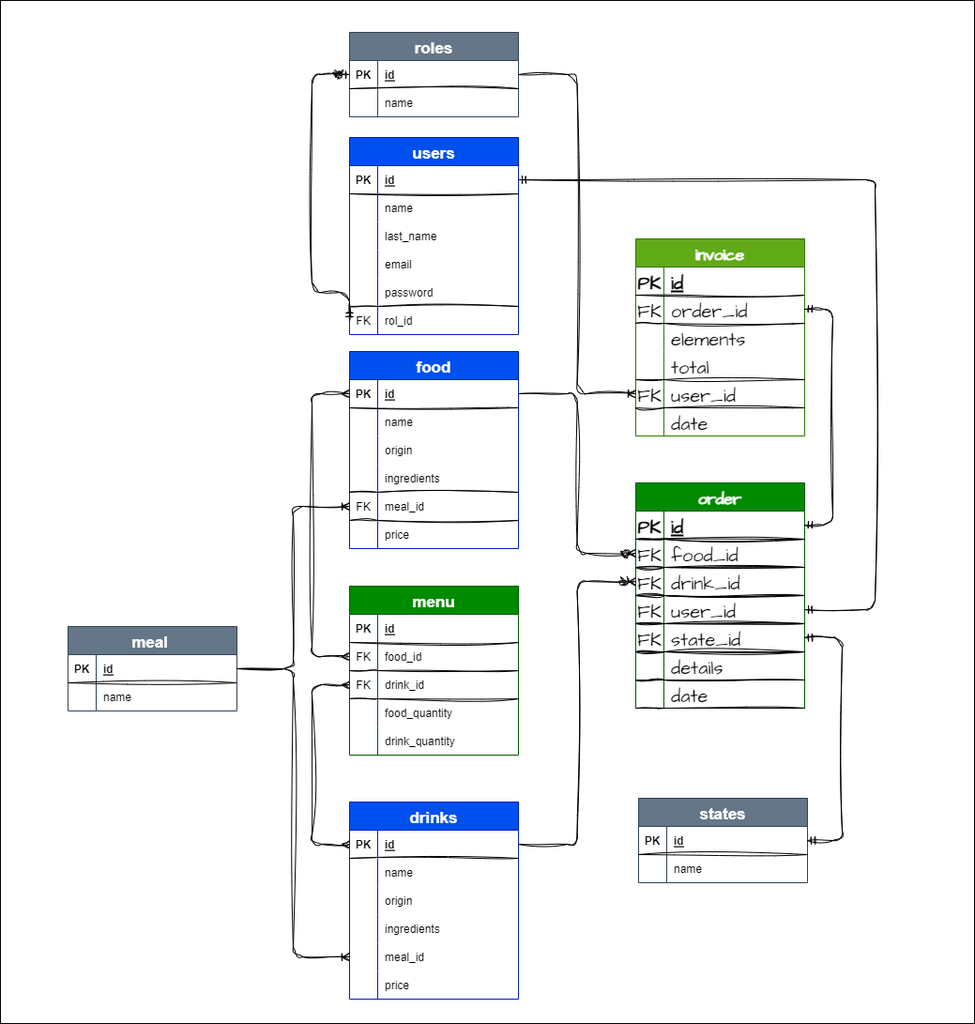
Above: relational_diagram.png in AndresKenji/CS50x_final_project (draw.io), before the change. Source tidied: cells renumbered, new cells last; positions are measured from the earlier drawing's top-left corner, leaving out a move shared by most shapes.
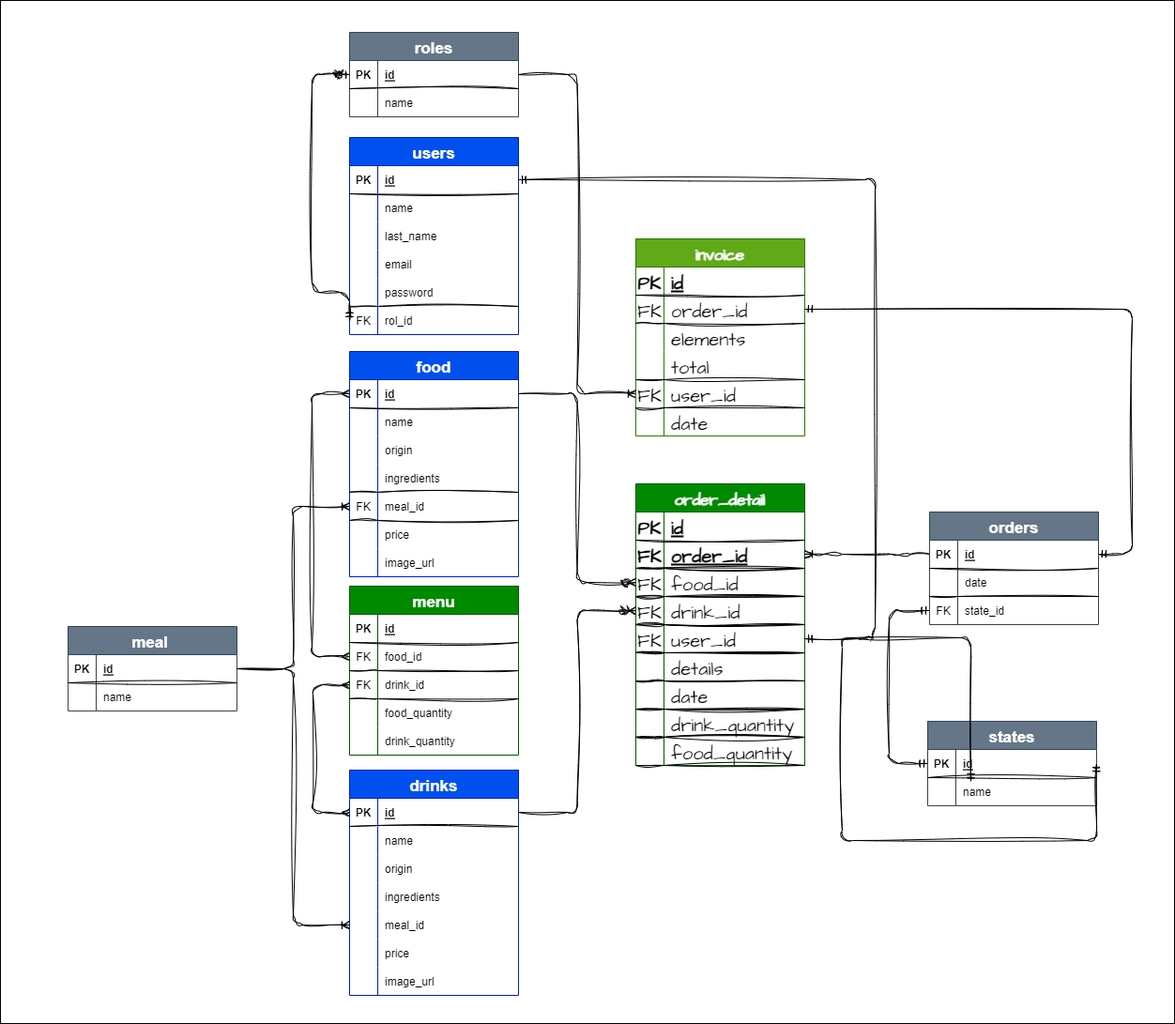
The same diagram one commit later.

Diff of the diagram source:
```diff
@@ -5,3 +5,3 @@
     <mxCell id="2" style="rounded=0;whiteSpace=wrap;html=1;hachureGap=4;fontFamily=Architects Daughter;fontSource=https%3A%2F%2Ffonts.googleapis.com%2Fcss%3Ffamily%3DArchitects%2BDaughter;fontSize=20;" parent="1" vertex="1">
-      <mxGeometry width="1038" height="1090" as="geometry" />
+      <mxGeometry width="1251" height="1090" as="geometry" />
     </mxCell>
@@ -86,3 +86,3 @@
     <mxCell id="29" value="food" style="shape=table;startSize=30;rowLines=0;fontStyle=1;align=center;fillColor=#0050ef;fontColor=#ffffff;strokeColor=#001DBC;fontSize=17;verticalAlign=middle;" parent="1" vertex="1">
-      <mxGeometry x="372" y="374" width="180" height="210" as="geometry" />
+      <mxGeometry x="372" y="374" width="180" height="240" as="geometry" />
     </mxCell>
@@ -142,2 +142,11 @@
     </mxCell>
+    <mxCell id="149" style="shape=tableRow;horizontal=0;startSize=0;swimlaneHead=0;swimlaneBody=0;fillColor=none;top=0;left=0;right=0;bottom=0;sketch=1;curveFitting=1;jiggle=2;" parent="29" vertex="1">
+      <mxGeometry y="210" width="180" height="30" as="geometry" />
+    </mxCell>
+    <mxCell id="150" style="shape=partialRectangle;fillColor=none;top=0;left=0;bottom=0;right=0;overflow=hidden;sketch=1;curveFitting=1;jiggle=2;" parent="149" vertex="1">
+      <mxGeometry width="30" height="30" as="geometry" />
+    </mxCell>
+    <mxCell id="151" value="image_url" style="shape=partialRectangle;fillColor=none;top=0;left=0;bottom=0;right=0;align=left;spacingLeft=6;overflow=hidden;sketch=1;curveFitting=1;jiggle=2;" parent="149" vertex="1">
+      <mxGeometry x="30" width="150" height="30" as="geometry" />
+    </mxCell>
     <mxCell id="48" value="menu" style="shape=table;startSize=30;rowLines=0;fontStyle=1;align=center;fillColor=#008a00;fontColor=#ffffff;strokeColor=#005700;fontSize=17;verticalAlign=middle;" parent="1" vertex="1">
@@ -191,3 +200,3 @@
     <mxCell id="64" value="drinks" style="shape=table;startSize=30;rowLines=0;fontStyle=1;align=center;fillColor=#0050ef;fontColor=#ffffff;strokeColor=#001DBC;fontSize=17;verticalAlign=middle;" parent="1" vertex="1">
-      <mxGeometry x="372" y="854" width="180" height="210" as="geometry" />
+      <mxGeometry x="372" y="820" width="180" height="240" as="geometry" />
     </mxCell>
@@ -247,2 +256,11 @@
     </mxCell>
+    <mxCell id="152" style="shape=tableRow;horizontal=0;startSize=0;swimlaneHead=0;swimlaneBody=0;fillColor=none;top=0;left=0;right=0;bottom=0;sketch=1;curveFitting=1;jiggle=2;" parent="64" vertex="1">
+      <mxGeometry y="210" width="180" height="30" as="geometry" />
+    </mxCell>
+    <mxCell id="153" style="shape=partialRectangle;fillColor=none;top=0;left=0;bottom=0;right=0;overflow=hidden;sketch=1;curveFitting=1;jiggle=2;" parent="152" vertex="1">
+      <mxGeometry width="30" height="30" as="geometry" />
+    </mxCell>
+    <mxCell id="154" value="image_url" style="shape=partialRectangle;fillColor=none;top=0;left=0;bottom=0;right=0;align=left;spacingLeft=6;overflow=hidden;sketch=1;curveFitting=1;jiggle=2;" parent="152" vertex="1">
+      <mxGeometry x="30" width="150" height="30" as="geometry" />
+    </mxCell>
     <mxCell id="83" style="edgeStyle=orthogonalEdgeStyle;fontSize=12;html=1;endArrow=ERzeroToOne;startArrow=ERmandOne;sketch=1;hachureGap=4;jiggle=2;curveFitting=1;fontFamily=Architects Daughter;fontSource=https%3A%2F%2Ffonts.googleapis.com%2Fcss%3Ffamily%3DArchitects%2BDaughter;entryX=0;entryY=0.5;entryDx=0;entryDy=0;exitX=0;exitY=0.5;exitDx=0;exitDy=0;" parent="1" edge="1" source="19" target="23">
@@ -258,4 +276,4 @@
         <Array as="points">
-          <mxPoint x="332" y="899" />
-          <mxPoint x="332" y="729" />
+          <mxPoint x="333" y="865" />
+          <mxPoint x="333" y="729" />
         </Array>
@@ -271,12 +289,21 @@
     </mxCell>
-    <mxCell id="86" value="order" style="shape=table;startSize=30;rowLines=0;fontStyle=1;align=center;hachureGap=4;fontFamily=Architects Daughter;fontSource=https%3A%2F%2Ffonts.googleapis.com%2Fcss%3Ffamily%3DArchitects%2BDaughter;fontSize=17;fillColor=#008a00;fontColor=#ffffff;strokeColor=#005700;verticalAlign=middle;" parent="1" vertex="1">
-      <mxGeometry x="677" y="514" width="180" height="240" as="geometry" />
+    <mxCell id="86" value="order_detail" style="shape=table;startSize=30;rowLines=0;fontStyle=1;align=center;hachureGap=4;fontFamily=Architects Daughter;fontSource=https%3A%2F%2Ffonts.googleapis.com%2Fcss%3Ffamily%3DArchitects%2BDaughter;fontSize=17;fillColor=#008a00;fontColor=#ffffff;strokeColor=#005700;verticalAlign=middle;" parent="1" vertex="1">
+      <mxGeometry x="677" y="515" width="180" height="300" as="geometry" />
     </mxCell>
+    <mxCell id="155" style="shape=tableRow;horizontal=0;startSize=0;swimlaneHead=0;swimlaneBody=0;fillColor=none;top=0;left=0;right=0;bottom=1;sketch=1;hachureGap=4;jiggle=2;curveFitting=1;fontFamily=Architects Daughter;fontSource=https%3A%2F%2Ffonts.googleapis.com%2Fcss%3Ffamily%3DArchitects%2BDaughter;fontSize=20;" parent="86" vertex="1">
+      <mxGeometry y="30" width="180" height="30" as="geometry" />
+    </mxCell>
+    <mxCell id="156" value="PK" style="shape=partialRectangle;fillColor=none;top=0;left=0;bottom=0;right=0;fontStyle=1;overflow=hidden;sketch=1;hachureGap=4;jiggle=2;curveFitting=1;fontFamily=Architects Daughter;fontSource=https%3A%2F%2Ffonts.googleapis.com%2Fcss%3Ffamily%3DArchitects%2BDaughter;fontSize=20;" parent="155" vertex="1">
+      <mxGeometry width="30" height="30" as="geometry" />
+    </mxCell>
+    <mxCell id="157" value="id" style="shape=partialRectangle;fillColor=none;top=0;left=0;bottom=0;right=0;align=left;spacingLeft=6;fontStyle=5;overflow=hidden;sketch=1;hachureGap=4;jiggle=2;curveFitting=1;fontFamily=Architects Daughter;fontSource=https%3A%2F%2Ffonts.googleapis.com%2Fcss%3Ffamily%3DArchitects%2BDaughter;fontSize=20;" parent="155" vertex="1">
+      <mxGeometry x="30" width="150" height="30" as="geometry" />
+    </mxCell>
     <mxCell id="87" style="shape=tableRow;horizontal=0;startSize=0;swimlaneHead=0;swimlaneBody=0;fillColor=none;points=[[0,0.5],[1,0.5]];portConstraint=eastwest;top=0;left=0;right=0;bottom=1;sketch=1;hachureGap=4;jiggle=2;curveFitting=1;fontFamily=Architects Daughter;fontSource=https%3A%2F%2Ffonts.googleapis.com%2Fcss%3Ffamily%3DArchitects%2BDaughter;fontSize=20;" parent="86" vertex="1">
-      <mxGeometry y="30" width="180" height="30" as="geometry" />
+      <mxGeometry y="60" width="180" height="30" as="geometry" />
     </mxCell>
-    <mxCell id="88" value="PK" style="shape=partialRectangle;fillColor=none;top=0;left=0;bottom=0;right=0;fontStyle=1;overflow=hidden;sketch=1;hachureGap=4;jiggle=2;curveFitting=1;fontFamily=Architects Daughter;fontSource=https%3A%2F%2Ffonts.googleapis.com%2Fcss%3Ffamily%3DArchitects%2BDaughter;fontSize=20;" parent="87" vertex="1">
+    <mxCell id="88" value="FK" style="shape=partialRectangle;fillColor=none;top=0;left=0;bottom=0;right=0;fontStyle=1;overflow=hidden;sketch=1;hachureGap=4;jiggle=2;curveFitting=1;fontFamily=Architects Daughter;fontSource=https%3A%2F%2Ffonts.googleapis.com%2Fcss%3Ffamily%3DArchitects%2BDaughter;fontSize=20;" parent="87" vertex="1">
       <mxGeometry width="30" height="30" as="geometry" />
     </mxCell>
-    <mxCell id="89" value="id" style="shape=partialRectangle;fillColor=none;top=0;left=0;bottom=0;right=0;align=left;spacingLeft=6;fontStyle=5;overflow=hidden;sketch=1;hachureGap=4;jiggle=2;curveFitting=1;fontFamily=Architects Daughter;fontSource=https%3A%2F%2Ffonts.googleapis.com%2Fcss%3Ffamily%3DArchitects%2BDaughter;fontSize=20;" parent="87" vertex="1">
+    <mxCell id="89" value="order_id" style="shape=partialRectangle;fillColor=none;top=0;left=0;bottom=0;right=0;align=left;spacingLeft=6;fontStyle=5;overflow=hidden;sketch=1;hachureGap=4;jiggle=2;curveFitting=1;fontFamily=Architects Daughter;fontSource=https%3A%2F%2Ffonts.googleapis.com%2Fcss%3Ffamily%3DArchitects%2BDaughter;fontSize=20;" parent="87" vertex="1">
       <mxGeometry x="30" width="150" height="30" as="geometry" />
@@ -284,3 +311,3 @@
     <mxCell id="90" style="shape=tableRow;horizontal=0;startSize=0;swimlaneHead=0;swimlaneBody=0;fillColor=none;points=[[0,0.5],[1,0.5]];portConstraint=eastwest;top=0;left=0;right=0;bottom=0;sketch=1;hachureGap=4;jiggle=2;curveFitting=1;fontFamily=Architects Daughter;fontSource=https%3A%2F%2Ffonts.googleapis.com%2Fcss%3Ffamily%3DArchitects%2BDaughter;fontSize=20;" parent="86" vertex="1">
-      <mxGeometry y="60" width="180" height="30" as="geometry" />
+      <mxGeometry y="90" width="180" height="30" as="geometry" />
     </mxCell>
@@ -293,3 +320,3 @@
     <mxCell id="93" style="shape=tableRow;horizontal=0;startSize=0;swimlaneHead=0;swimlaneBody=0;fillColor=none;points=[[0,0.5],[1,0.5]];portConstraint=eastwest;top=0;left=0;right=0;bottom=0;sketch=1;hachureGap=4;jiggle=2;curveFitting=1;fontFamily=Architects Daughter;fontSource=https%3A%2F%2Ffonts.googleapis.com%2Fcss%3Ffamily%3DArchitects%2BDaughter;fontSize=20;" parent="86" vertex="1">
-      <mxGeometry y="90" width="180" height="30" as="geometry" />
+      <mxGeometry y="120" width="180" height="30" as="geometry" />
     </mxCell>
@@ -302,3 +329,3 @@
     <mxCell id="96" style="shape=tableRow;horizontal=0;startSize=0;swimlaneHead=0;swimlaneBody=0;fillColor=none;points=[[0,0.5],[1,0.5]];portConstraint=eastwest;top=0;left=0;right=0;bottom=0;sketch=1;hachureGap=4;jiggle=2;curveFitting=1;fontFamily=Architects Daughter;fontSource=https%3A%2F%2Ffonts.googleapis.com%2Fcss%3Ffamily%3DArchitects%2BDaughter;fontSize=20;" parent="86" vertex="1">
-      <mxGeometry y="120" width="180" height="30" as="geometry" />
+      <mxGeometry y="150" width="180" height="30" as="geometry" />
     </mxCell>
@@ -310,11 +337,2 @@
     </mxCell>
-    <mxCell id="99" style="shape=tableRow;horizontal=0;startSize=0;swimlaneHead=0;swimlaneBody=0;fillColor=none;points=[[0,0.5],[1,0.5]];portConstraint=eastwest;top=0;left=0;right=0;bottom=0;sketch=1;hachureGap=4;jiggle=2;curveFitting=1;fontFamily=Architects Daughter;fontSource=https%3A%2F%2Ffonts.googleapis.com%2Fcss%3Ffamily%3DArchitects%2BDaughter;fontSize=20;" parent="86" vertex="1">
-      <mxGeometry y="150" width="180" height="30" as="geometry" />
-    </mxCell>
-    <mxCell id="100" value="FK" style="shape=partialRectangle;fillColor=none;top=1;left=0;bottom=1;right=0;overflow=hidden;sketch=1;hachureGap=4;jiggle=2;curveFitting=1;fontFamily=Architects Daughter;fontSource=https%3A%2F%2Ffonts.googleapis.com%2Fcss%3Ffamily%3DArchitects%2BDaughter;fontSize=20;" parent="99" vertex="1">
-      <mxGeometry width="30" height="30" as="geometry" />
-    </mxCell>
-    <mxCell id="101" value="state_id" style="shape=partialRectangle;fillColor=none;top=1;left=0;bottom=1;right=0;align=left;spacingLeft=6;overflow=hidden;sketch=1;hachureGap=4;jiggle=2;curveFitting=1;fontFamily=Architects Daughter;fontSource=https%3A%2F%2Ffonts.googleapis.com%2Fcss%3Ffamily%3DArchitects%2BDaughter;fontSize=20;" parent="99" vertex="1">
-      <mxGeometry x="30" width="150" height="30" as="geometry" />
-    </mxCell>
     <mxCell id="102" style="shape=tableRow;horizontal=0;startSize=0;swimlaneHead=0;swimlaneBody=0;fillColor=none;top=0;left=0;right=0;bottom=0;sketch=1;hachureGap=4;jiggle=2;curveFitting=1;fontFamily=Architects Daughter;fontSource=https%3A%2F%2Ffonts.googleapis.com%2Fcss%3Ffamily%3DArchitects%2BDaughter;fontSize=20;" parent="86" vertex="1">
@@ -337,2 +355,20 @@
     </mxCell>
+    <mxCell id="158" style="shape=tableRow;horizontal=0;startSize=0;swimlaneHead=0;swimlaneBody=0;fillColor=none;top=0;left=0;right=0;bottom=0;sketch=1;hachureGap=4;jiggle=2;curveFitting=1;fontFamily=Architects Daughter;fontSource=https%3A%2F%2Ffonts.googleapis.com%2Fcss%3Ffamily%3DArchitects%2BDaughter;fontSize=20;" parent="86" vertex="1">
+      <mxGeometry y="240" width="180" height="30" as="geometry" />
+    </mxCell>
+    <mxCell id="159" style="shape=partialRectangle;fillColor=none;top=1;left=0;bottom=1;right=0;overflow=hidden;sketch=1;hachureGap=4;jiggle=2;curveFitting=1;fontFamily=Architects Daughter;fontSource=https%3A%2F%2Ffonts.googleapis.com%2Fcss%3Ffamily%3DArchitects%2BDaughter;fontSize=20;" parent="158" vertex="1">
+      <mxGeometry width="30" height="30" as="geometry" />
+    </mxCell>
+    <mxCell id="160" value="drink_quantity" style="shape=partialRectangle;fillColor=none;top=1;left=0;bottom=1;right=0;align=left;spacingLeft=6;overflow=hidden;sketch=1;hachureGap=4;jiggle=2;curveFitting=1;fontFamily=Architects Daughter;fontSource=https%3A%2F%2Ffonts.googleapis.com%2Fcss%3Ffamily%3DArchitects%2BDaughter;fontSize=20;" parent="158" vertex="1">
+      <mxGeometry x="30" width="150" height="30" as="geometry" />
+    </mxCell>
+    <mxCell id="161" style="shape=tableRow;horizontal=0;startSize=0;swimlaneHead=0;swimlaneBody=0;fillColor=none;top=0;left=0;right=0;bottom=0;sketch=1;hachureGap=4;jiggle=2;curveFitting=1;fontFamily=Architects Daughter;fontSource=https%3A%2F%2Ffonts.googleapis.com%2Fcss%3Ffamily%3DArchitects%2BDaughter;fontSize=20;" parent="86" vertex="1">
+      <mxGeometry y="270" width="180" height="30" as="geometry" />
+    </mxCell>
+    <mxCell id="162" style="shape=partialRectangle;fillColor=none;top=1;left=0;bottom=1;right=0;overflow=hidden;sketch=1;hachureGap=4;jiggle=2;curveFitting=1;fontFamily=Architects Daughter;fontSource=https%3A%2F%2Ffonts.googleapis.com%2Fcss%3Ffamily%3DArchitects%2BDaughter;fontSize=20;" parent="161" vertex="1">
+      <mxGeometry width="30" height="30" as="geometry" />
+    </mxCell>
+    <mxCell id="163" value="food_quantity" style="shape=partialRectangle;fillColor=none;top=1;left=0;bottom=1;right=0;align=left;spacingLeft=6;overflow=hidden;sketch=1;hachureGap=4;jiggle=2;curveFitting=1;fontFamily=Architects Daughter;fontSource=https%3A%2F%2Ffonts.googleapis.com%2Fcss%3Ffamily%3DArchitects%2BDaughter;fontSize=20;" parent="161" vertex="1">
+      <mxGeometry x="30" width="150" height="30" as="geometry" />
+    </mxCell>
     <mxCell id="108" style="edgeStyle=orthogonalEdgeStyle;fontSize=12;html=1;endArrow=ERmandOne;startArrow=ERmandOne;sketch=1;hachureGap=4;jiggle=2;curveFitting=1;fontFamily=Architects Daughter;fontSource=https%3A%2F%2Ffonts.googleapis.com%2Fcss%3Ffamily%3DArchitects%2BDaughter;entryX=1;entryY=0.5;entryDx=0;entryDy=0;exitX=1;exitY=0.5;exitDx=0;exitDy=0;" parent="1" edge="1" source="96" target="4">
@@ -340,3 +376,5 @@
         <Array as="points">
-          <mxPoint x="932" y="649" />
+          <mxPoint x="924" y="680" />
+          <mxPoint x="924" y="678" />
+          <mxPoint x="932" y="678" />
           <mxPoint x="932" y="191" />
@@ -438,7 +476,12 @@
     </mxCell>
-    <mxCell id="140" style="edgeStyle=entityRelationEdgeStyle;fontSize=12;html=1;endArrow=ERmandOne;startArrow=ERmandOne;sketch=1;hachureGap=4;jiggle=2;curveFitting=1;fontFamily=Architects Daughter;fontSource=https%3A%2F%2Ffonts.googleapis.com%2Fcss%3Ffamily%3DArchitects%2BDaughter;entryX=1;entryY=0.5;entryDx=0;entryDy=0;exitX=1;exitY=0.5;exitDx=0;exitDy=0;" parent="1" edge="1" source="87" target="115">
-      <mxGeometry relative="1" as="geometry" />
+    <mxCell id="140" style="edgeStyle=orthogonalEdgeStyle;fontSize=12;html=1;endArrow=ERmandOne;startArrow=ERmandOne;sketch=1;hachureGap=4;jiggle=2;curveFitting=1;fontFamily=Architects Daughter;fontSource=https%3A%2F%2Ffonts.googleapis.com%2Fcss%3Ffamily%3DArchitects%2BDaughter;entryX=1;entryY=0.5;entryDx=0;entryDy=0;exitX=1;exitY=0.5;exitDx=0;exitDy=0;" parent="1" edge="1" source="165" target="115">
+      <mxGeometry relative="1" as="geometry">
+        <Array as="points">
+          <mxPoint x="1206" y="590" />
+          <mxPoint x="1206" y="329" />
+        </Array>
+      </mxGeometry>
     </mxCell>
     <mxCell id="141" value="states" style="shape=table;startSize=30;rowLines=0;fontStyle=1;align=center;fillColor=#647687;fontColor=#ffffff;strokeColor=#314354;fontSize=17;verticalAlign=middle;" parent="1" vertex="1">
-      <mxGeometry x="680" y="850" width="180" height="90" as="geometry" />
+      <mxGeometry x="988" y="768" width="180" height="90" as="geometry" />
     </mxCell>
@@ -462,4 +505,5 @@
     </mxCell>
-    <mxCell id="148" style="edgeStyle=orthogonalEdgeStyle;fontSize=12;html=1;endArrow=ERmandOne;startArrow=ERmandOne;sketch=1;hachureGap=4;jiggle=2;curveFitting=1;fontFamily=Architects Daughter;fontSource=https%3A%2F%2Ffonts.googleapis.com%2Fcss%3Ffamily%3DArchitects%2BDaughter;fontColor=#000000;entryX=1;entryY=0.5;entryDx=0;entryDy=0;exitX=1;exitY=0.5;exitDx=0;exitDy=0;" parent="1" edge="1" source="142" target="99">
+    <mxCell id="148" style="edgeStyle=orthogonalEdgeStyle;fontSize=12;html=1;endArrow=ERmandOne;startArrow=ERmandOne;sketch=1;hachureGap=4;jiggle=2;curveFitting=1;fontFamily=Architects Daughter;fontSource=https%3A%2F%2Ffonts.googleapis.com%2Fcss%3Ffamily%3DArchitects%2BDaughter;fontColor=#000000;entryX=1;entryY=0.5;entryDx=0;entryDy=0;exitX=1;exitY=0.5;exitDx=0;exitDy=0;" parent="1" edge="1" source="142">
       <mxGeometry relative="1" as="geometry">
+        <mxPoint x="1034" y="832" as="targetPoint" />
         <Array as="points">
@@ -470,2 +514,43 @@
     </mxCell>
+    <mxCell id="164" value="orders" style="shape=table;startSize=30;rowLines=0;fontStyle=1;align=center;fillColor=#647687;fontColor=#ffffff;strokeColor=#314354;fontSize=17;verticalAlign=middle;" parent="1" vertex="1">
+      <mxGeometry x="990" y="545" width="180" height="120" as="geometry" />
+    </mxCell>
+    <mxCell id="165" style="shape=tableRow;horizontal=0;startSize=0;swimlaneHead=0;swimlaneBody=0;fillColor=none;points=[[0,0.5],[1,0.5]];portConstraint=eastwest;top=0;left=0;right=0;bottom=1;sketch=1;curveFitting=1;jiggle=2;" parent="164" vertex="1">
+      <mxGeometry y="30" width="180" height="30" as="geometry" />
+    </mxCell>
+    <mxCell id="166" value="PK" style="shape=partialRectangle;fillColor=none;top=0;left=0;bottom=0;right=0;fontStyle=1;overflow=hidden;sketch=1;curveFitting=1;jiggle=2;" parent="165" vertex="1">
+      <mxGeometry width="30" height="30" as="geometry" />
+    </mxCell>
+    <mxCell id="167" value="id" style="shape=partialRectangle;fillColor=none;top=0;left=0;bottom=0;right=0;align=left;spacingLeft=6;fontStyle=5;overflow=hidden;sketch=1;curveFitting=1;jiggle=2;" parent="165" vertex="1">
+      <mxGeometry x="30" width="150" height="30" as="geometry" />
+    </mxCell>
+    <mxCell id="168" style="shape=tableRow;horizontal=0;startSize=0;swimlaneHead=0;swimlaneBody=0;fillColor=none;top=0;left=0;right=0;bottom=0;sketch=1;curveFitting=1;jiggle=2;" parent="164" vertex="1">
+      <mxGeometry y="60" width="180" height="30" as="geometry" />
+    </mxCell>
+    <mxCell id="169" style="shape=partialRectangle;fillColor=none;top=0;left=0;bottom=0;right=0;overflow=hidden;sketch=1;curveFitting=1;jiggle=2;" parent="168" vertex="1">
+      <mxGeometry width="30" height="30" as="geometry" />
+    </mxCell>
+    <mxCell id="170" value="date" style="shape=partialRectangle;fillColor=none;top=0;left=0;bottom=0;right=0;align=left;spacingLeft=6;overflow=hidden;sketch=1;curveFitting=1;jiggle=2;" parent="168" vertex="1">
+      <mxGeometry x="30" width="150" height="30" as="geometry" />
+    </mxCell>
+    <mxCell id="171" style="shape=tableRow;horizontal=0;startSize=0;swimlaneHead=0;swimlaneBody=0;fillColor=none;points=[[0,0.5],[1,0.5]];portConstraint=eastwest;top=0;left=0;right=0;bottom=0;sketch=1;curveFitting=1;jiggle=2;" parent="164" vertex="1">
+      <mxGeometry y="90" width="180" height="30" as="geometry" />
+    </mxCell>
+    <mxCell id="100" value="FK" style="shape=partialRectangle;fillColor=none;top=1;left=0;bottom=0;right=0;overflow=hidden;sketch=1;curveFitting=1;jiggle=2;" parent="171" vertex="1">
+      <mxGeometry width="30" height="30" as="geometry" />
+    </mxCell>
+    <mxCell id="101" value="state_id" style="shape=partialRectangle;fillColor=none;top=1;left=0;bottom=0;right=0;align=left;spacingLeft=6;overflow=hidden;sketch=1;curveFitting=1;jiggle=2;" parent="171" vertex="1">
+      <mxGeometry x="30" width="150" height="30" as="geometry" />
+    </mxCell>
+    <mxCell id="172" style="edgeStyle=entityRelationEdgeStyle;fontSize=12;html=1;endArrow=ERoneToMany;sketch=1;hachureGap=4;jiggle=2;curveFitting=1;fontFamily=Architects Daughter;fontSource=https%3A%2F%2Ffonts.googleapis.com%2Fcss%3Ffamily%3DArchitects%2BDaughter;exitX=0;exitY=0.5;exitDx=0;exitDy=0;entryX=1;entryY=0.5;entryDx=0;entryDy=0;" parent="1" edge="1" source="165" target="87">
+      <mxGeometry relative="1" as="geometry" />
+    </mxCell>
+    <mxCell id="173" style="edgeStyle=orthogonalEdgeStyle;fontSize=12;html=1;endArrow=ERmandOne;startArrow=ERmandOne;sketch=1;hachureGap=4;jiggle=2;curveFitting=1;fontFamily=Architects Daughter;fontSource=https%3A%2F%2Ffonts.googleapis.com%2Fcss%3Ffamily%3DArchitects%2BDaughter;exitX=0;exitY=0.5;exitDx=0;exitDy=0;" parent="1" edge="1" source="142" target="171">
+      <mxGeometry relative="1" as="geometry">
+        <Array as="points">
+          <mxPoint x="947" y="813" />
+          <mxPoint x="947" y="650" />
+        </Array>
+      </mxGeometry>
+    </mxCell>
   </root>
```
